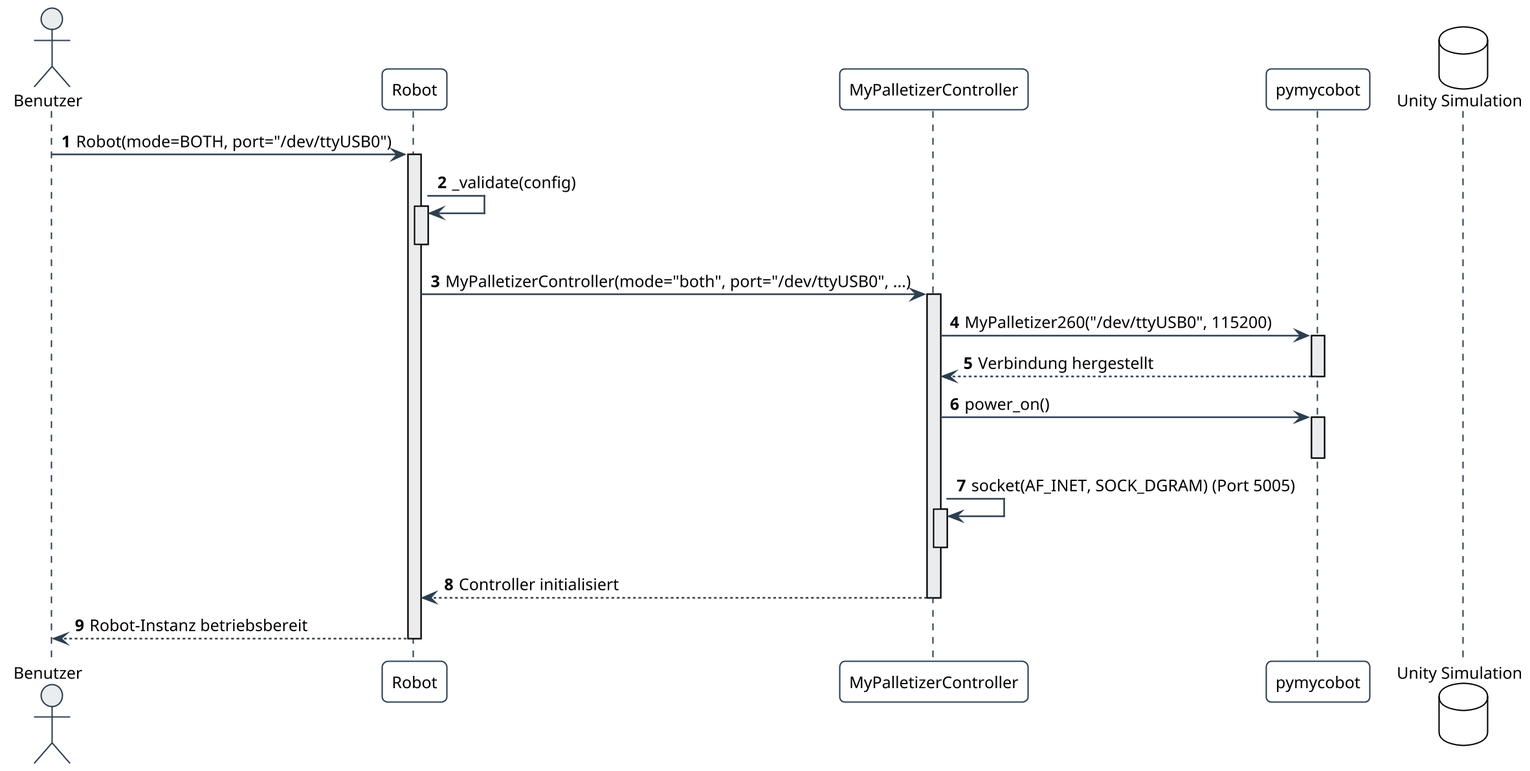
Earlier version of the PlantUML export docs/asciidoc/images/06_runtime_init.png (Stonehouse1703/DigitalTwin-for-MyPalletizer-260-M5-UnityVersion). Its diagram source:
```plantuml
@startuml
!include style.puml
autonumber

actor "Benutzer" as User
participant "Robot" as Robot
participant "MyPalletizerController" as MPC
participant "pymycobot" as PMC
database "Unity Simulation" as Unity

User -> Robot : Robot(mode=BOTH, port="/dev/ttyUSB0")
activate Robot

Robot -> Robot : _validate(config)
activate Robot #EAECEE
deactivate Robot

Robot -> MPC : MyPalletizerController(mode="both", port="/dev/ttyUSB0", ...)
activate MPC

MPC -> PMC : MyPalletizer260("/dev/ttyUSB0", 115200)
activate PMC
PMC --> MPC : Verbindung hergestellt
deactivate PMC

MPC -> PMC : power_on()
activate PMC
deactivate PMC

MPC -> MPC : socket(AF_INET, SOCK_DGRAM) (Port 5005)
activate MPC #EAECEE
deactivate MPC

MPC --> Robot : Controller initialisiert
deactivate MPC

Robot --> User : Robot-Instanz betriebsbereit
deactivate Robot

@enduml
```
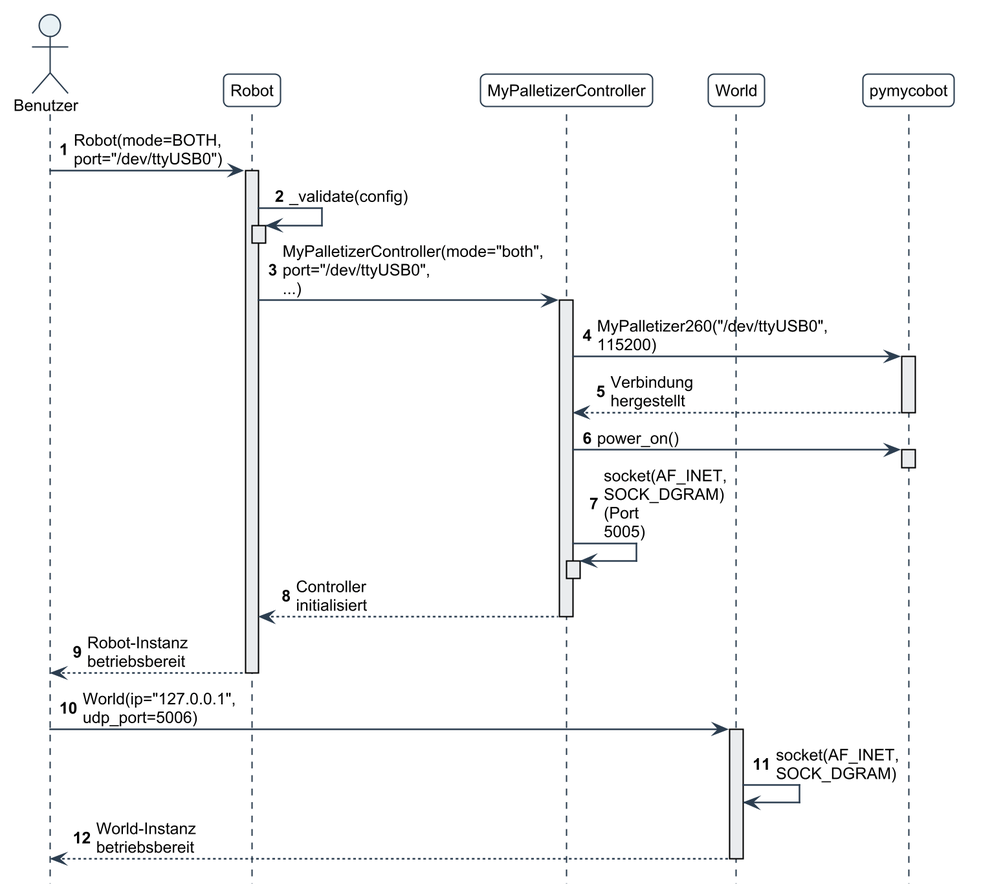
The same file after the commit.

What changed in the source:
```diff
@@ -1,12 +1,13 @@
 @startuml
 !include style.puml
 autonumber
+hide footbox
 
 actor "Benutzer" as User
 participant "Robot" as Robot
 participant "MyPalletizerController" as MPC
+participant "World" as World
 participant "pymycobot" as PMC
-database "Unity Simulation" as Unity
 
 User -> Robot : Robot(mode=BOTH, port="/dev/ttyUSB0")
 activate Robot
@@ -37,4 +38,10 @@
 Robot --> User : Robot-Instanz betriebsbereit
 deactivate Robot
 
+User -> World : World(ip="127.0.0.1", udp_port=5006)
+activate World
+World -> World : socket(AF_INET, SOCK_DGRAM)
+World --> User : World-Instanz betriebsbereit
+deactivate World
+
 @enduml
```
